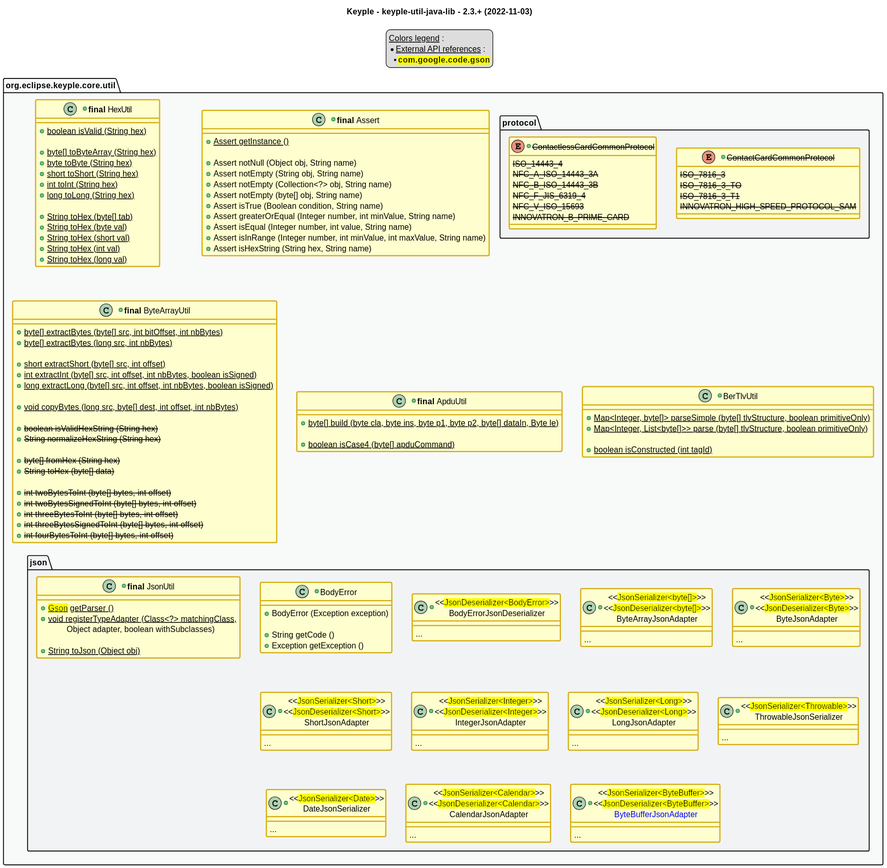
eclipse-keyple/keyple-util-java-lib keeps this PlantUML diagram as src/main/uml/api_class_diagram.svg. Above is the earlier version.
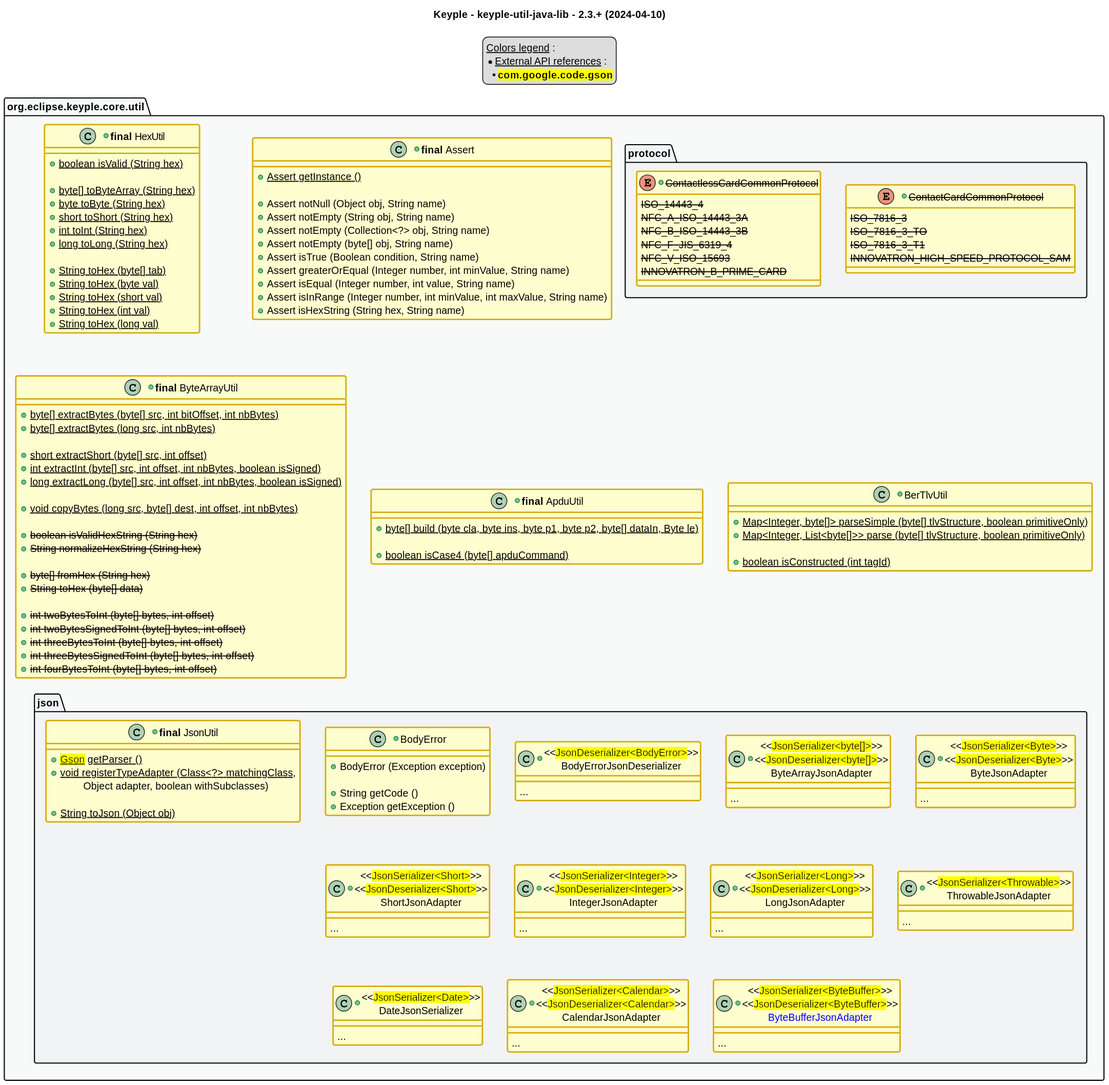
The same diagram one commit later.

What changed in the source:
```diff
@@ -1,6 +1,6 @@
 @startuml
 title
-    Keyple - keyple-util-java-lib - 2.3.+ (2022-11-03)
+    Keyple - keyple-util-java-lib - 2.3.+ (2024-04-10)
 end title
 
 
@@ -146,7 +146,7 @@
             __
             ...
         }
-        +class "<<<back:yellow>JsonSerializer<Throwable></back>>>\nThrowableJsonSerializer" as ThrowableJsonSerializer {
+        +class "<<<back:yellow>JsonSerializer<Throwable></back>>>\nThrowableJsonAdapter" as ThrowableJsonAdapter {
             __
             ...
         }
```
